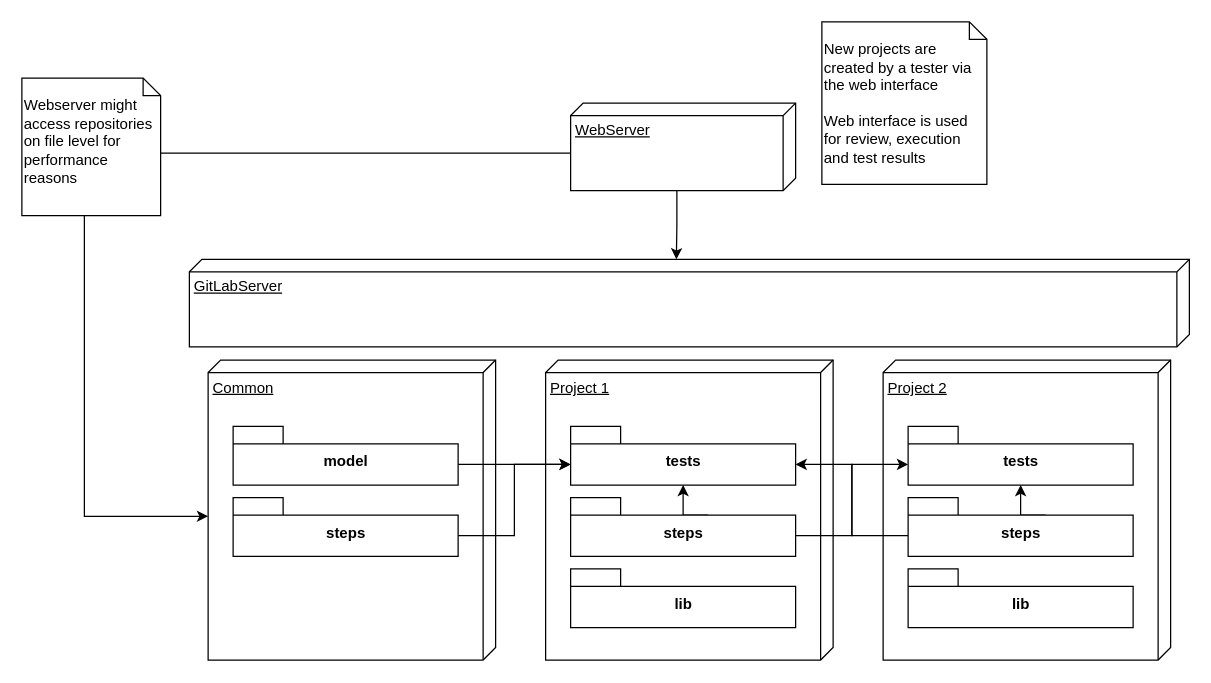
Above: page "Projects" (2 of 2) of docs/overview.drawio in couchsoft/refineT (draw.io), before the change. Source tidied: cells renumbered, new cells numbered last; positions are measured from the earlier drawing's top-left corner, leaving out a move shared by most shapes. Both pictures are drawn from the tidied source at 125%, with x=0, y=0 at pixel (21, 21).
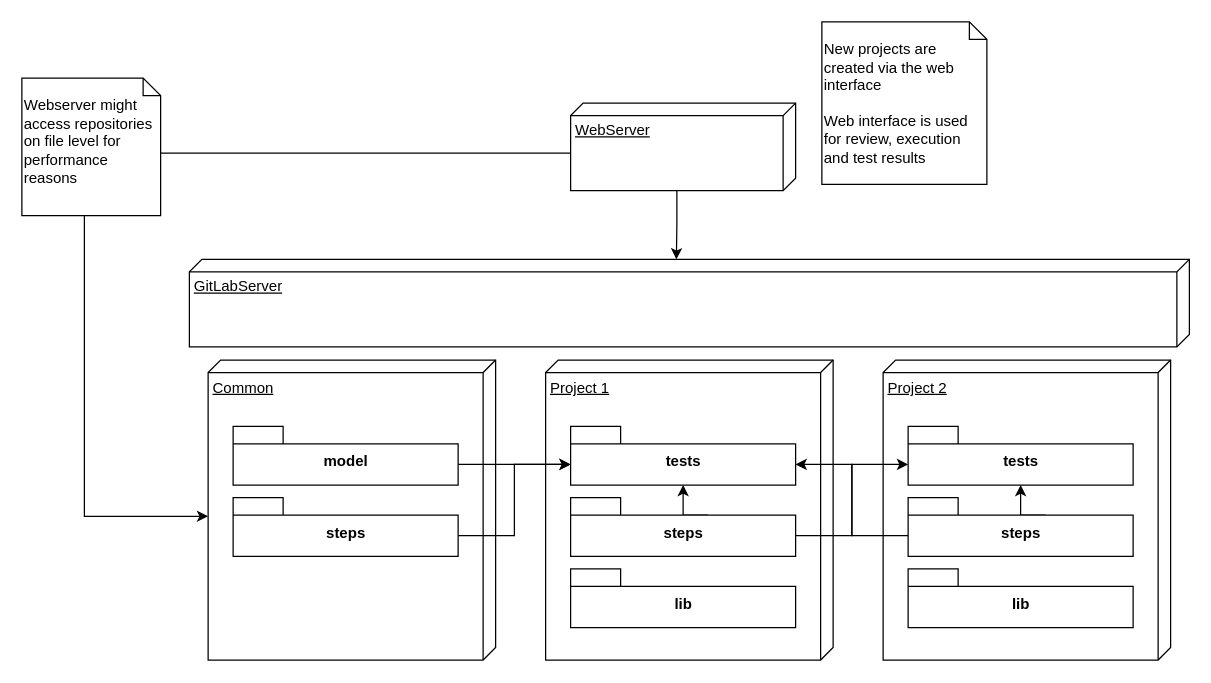
The same page after the edit.

Change to the diagram source:
```diff
@@
-    <mxCell id="22" value="&lt;div&gt;&lt;br&gt;&lt;/div&gt;&lt;div&gt;New projects are created by a tester via the web interface&lt;/div&gt;&lt;div&gt;&lt;br&gt;&lt;/div&gt;&lt;div&gt;Web interface is used for review, execution and test results&lt;br&gt;&lt;/div&gt;" style="shape=note;whiteSpace=wrap;html=1;size=14;verticalAlign=top;align=left;spacingTop=-6;" parent="1" vertex="1">
+    <mxCell id="22" value="&lt;div&gt;&lt;br&gt;&lt;/div&gt;&lt;div&gt;New projects are created via the web interface&lt;/div&gt;&lt;div&gt;&lt;br&gt;&lt;/div&gt;&lt;div&gt;Web interface is used for review, execution and test results&lt;br&gt;&lt;/div&gt;" style="shape=note;whiteSpace=wrap;html=1;size=14;verticalAlign=top;align=left;spacingTop=-6;" parent="1" vertex="1">
       <mxGeometry x="640" width="132" height="130" as="geometry" />
     </mxCell>
```
